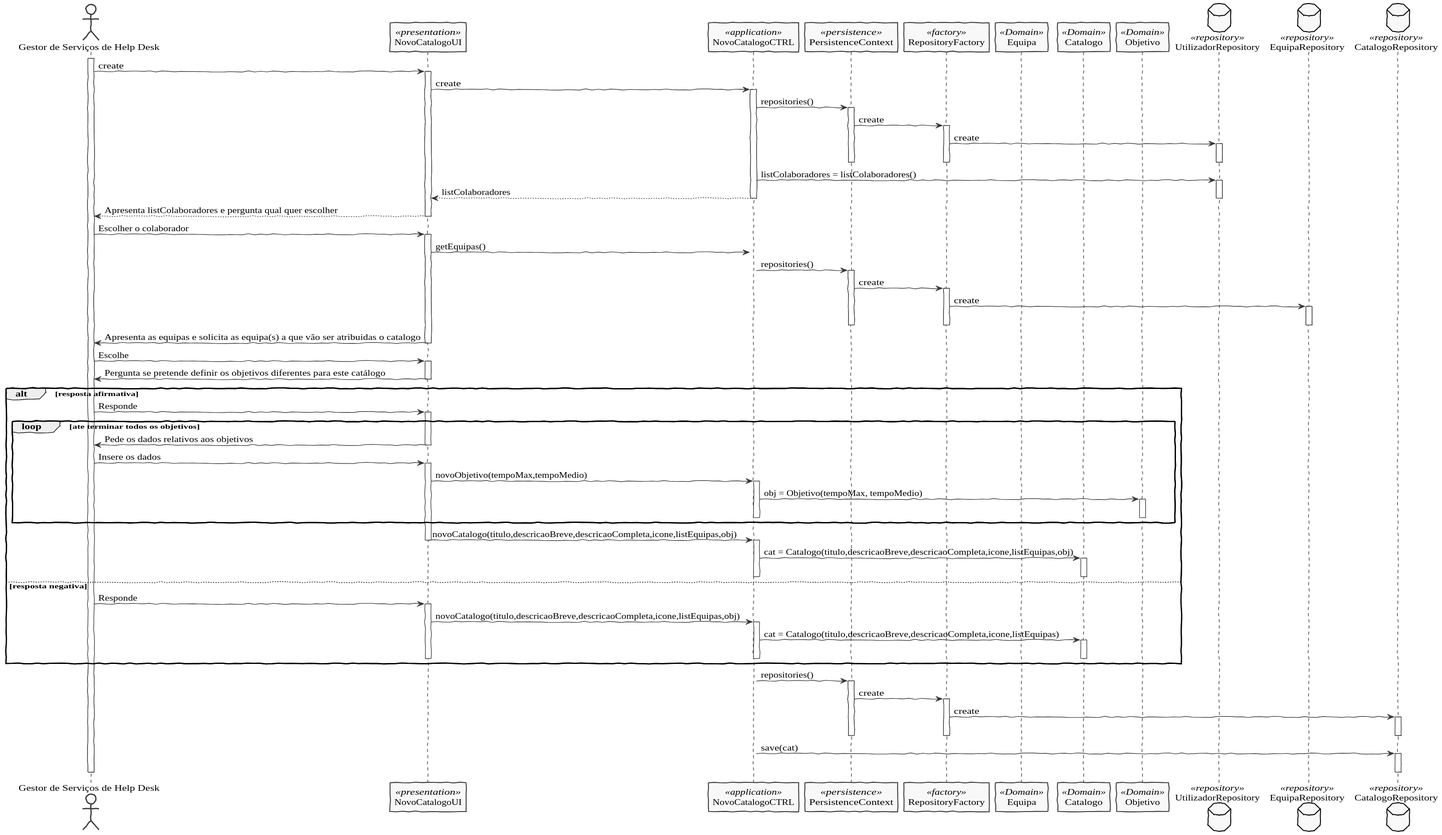
pedrolemos4/LAPR4 keeps this PlantUML diagram as docs/Use Cases/US2001/SD.svg. Above is the earlier version.
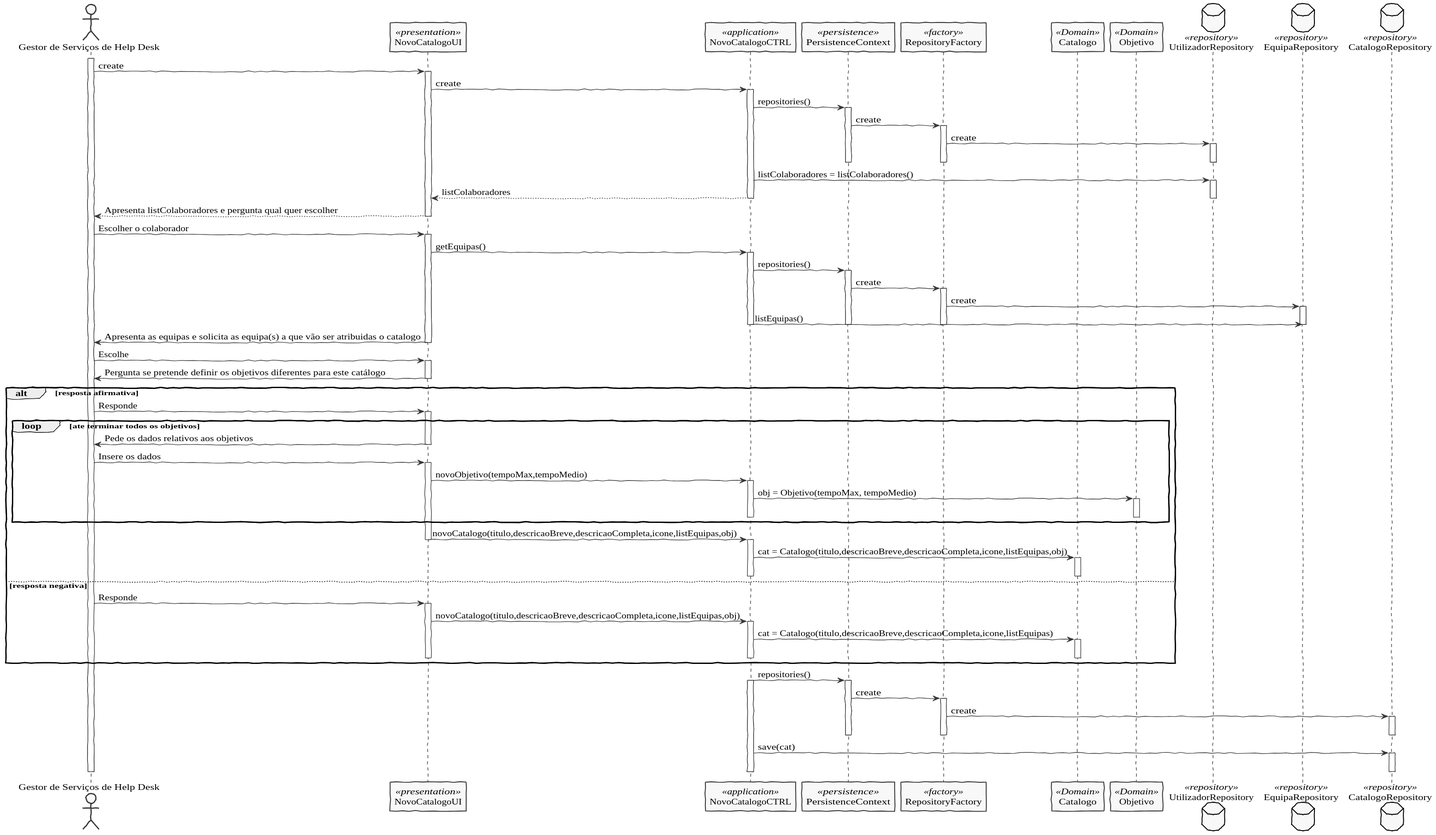
After the commit.

What changed in the source:
```diff
@@ -10,7 +10,6 @@
 participant NovoCatalogoCTRL as Controller <<application>>
 participant PersistenceContext as Persistence <<persistence>>
 participant RepositoryFactory as Factory <<factory>>
-participant Equipa as Equipa <<Domain>>
 participant Catalogo as Catalogo <<Domain>>
 participant Objetivo as Objetivo <<Domain>>
 database UtilizadorRepository as URepository <<repository>>
@@ -49,6 +48,8 @@
     activate Factory
         Factory -> ERepository: create
     activate ERepository
+      Controller -> ERepository : listEquipas()
+    deactivate Controller
     deactivate Persistence
     deactivate Factory
     deactivate ERepository
@@ -98,6 +99,7 @@
     end
 
       Controller -> Persistence: repositories()
+    activate Controller
     activate Persistence
       Persistence -> Factory: create
     activate Factory
@@ -109,6 +111,7 @@
       Controller -> CRepository: save(cat)
     activate CRepository
     deactivate CRepository
+    deactivate Controller
 
 deactivate Actor
 @enduml
```
